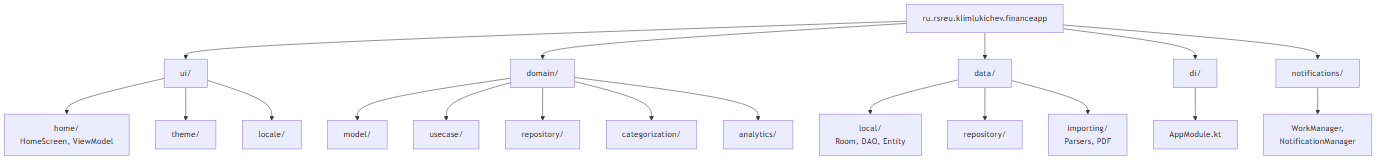
Earlier version of the Mermaid export docs/practice-report/figures/04-package-structure.png (klimlukichev/financeApp). Its source is kept beside it as docs/practice-report/figures/04-package-structure.mmd. The source it was exported from:
```mermaid
flowchart TB
    root[ru.rsreu.klimlukichev.financeapp]

    root --> ui[ui/]
    root --> domain[domain/]
    root --> data[data/]
    root --> di[di/]
    root --> notif[notifications/]

    ui --> ui_home[home/\nHomeScreen, ViewModel]
    ui --> ui_theme[theme/]
    ui --> ui_locale[locale/]

    domain --> dom_model[model/]
    domain --> dom_uc[usecase/]
    domain --> dom_repo[repository/]
    domain --> dom_cat[categorization/]
    domain --> dom_an[analytics/]

    data --> data_local[local/\nRoom, DAO, Entity]
    data --> data_rep[repository/]
    data --> data_imp[importing/\nParsers, PDF]

    di --> di_mod[AppModule.kt]
    notif --> notif_wm[WorkManager,\nNotificationManager]
```
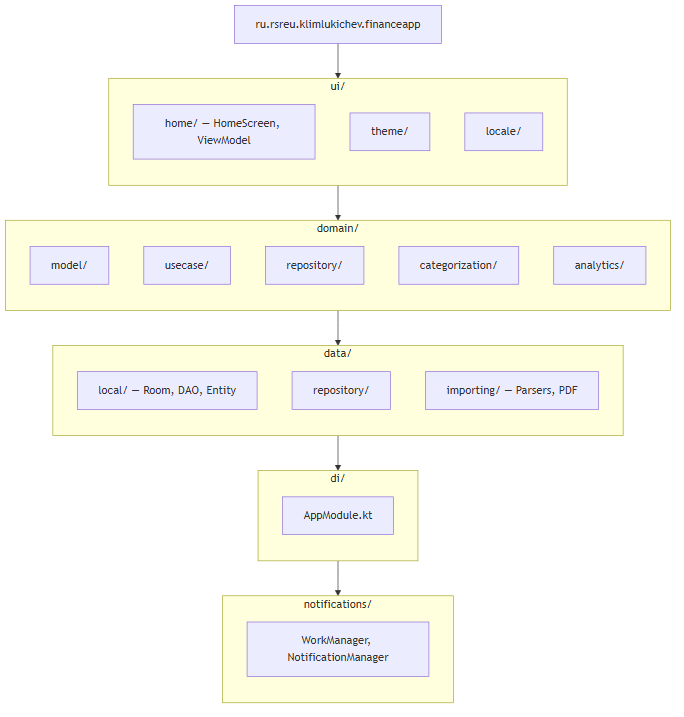
Above is the later version.

Change to the diagram source:
```diff
@@ -1,25 +1,41 @@
 flowchart TB
     root[ru.rsreu.klimlukichev.financeapp]
 
-    root --> ui[ui/]
-    root --> domain[domain/]
-    root --> data[data/]
-    root --> di[di/]
-    root --> notif[notifications/]
+    subgraph ui [ui/]
+        direction TB
+        ui_home["home/ — HomeScreen, ViewModel"]
+        ui_theme[theme/]
+        ui_locale[locale/]
+    end
 
-    ui --> ui_home[home/\nHomeScreen, ViewModel]
-    ui --> ui_theme[theme/]
-    ui --> ui_locale[locale/]
+    subgraph domain [domain/]
+        direction TB
+        dom_model[model/]
+        dom_uc[usecase/]
+        dom_repo[repository/]
+        dom_cat[categorization/]
+        dom_an[analytics/]
+    end
 
-    domain --> dom_model[model/]
-    domain --> dom_uc[usecase/]
-    domain --> dom_repo[repository/]
-    domain --> dom_cat[categorization/]
-    domain --> dom_an[analytics/]
+    subgraph data [data/]
+        direction TB
+        data_local["local/ — Room, DAO, Entity"]
+        data_rep[repository/]
+        data_imp["importing/ — Parsers, PDF"]
+    end
 
-    data --> data_local[local/\nRoom, DAO, Entity]
-    data --> data_rep[repository/]
-    data --> data_imp[importing/\nParsers, PDF]
+    subgraph di [di/]
+        direction TB
+        di_mod[AppModule.kt]
+    end
 
-    di --> di_mod[AppModule.kt]
-    notif --> notif_wm[WorkManager,\nNotificationManager]
+    subgraph notif [notifications/]
+        direction TB
+        notif_wm["WorkManager, NotificationManager"]
+    end
+
+    root --> ui
+    ui --> domain
+    domain --> data
+    data --> di
+    di --> notif
```
